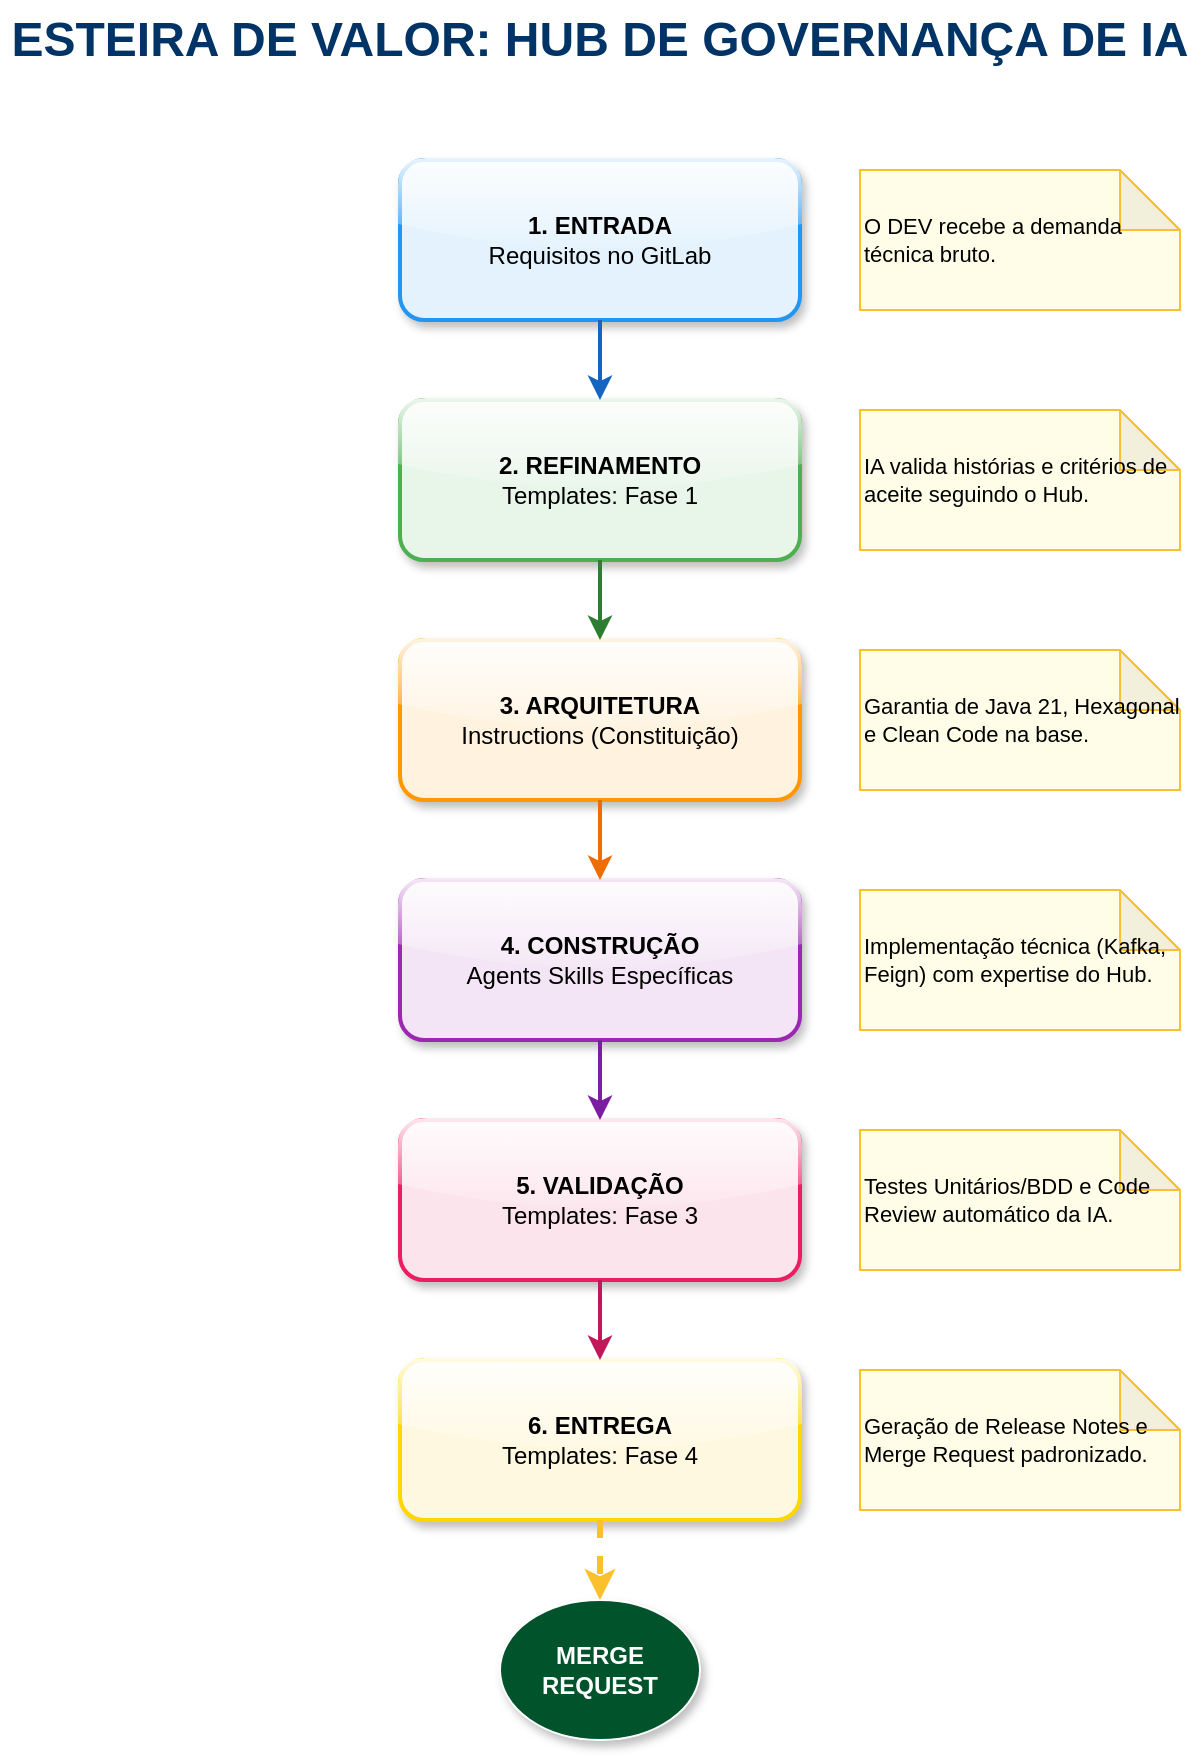
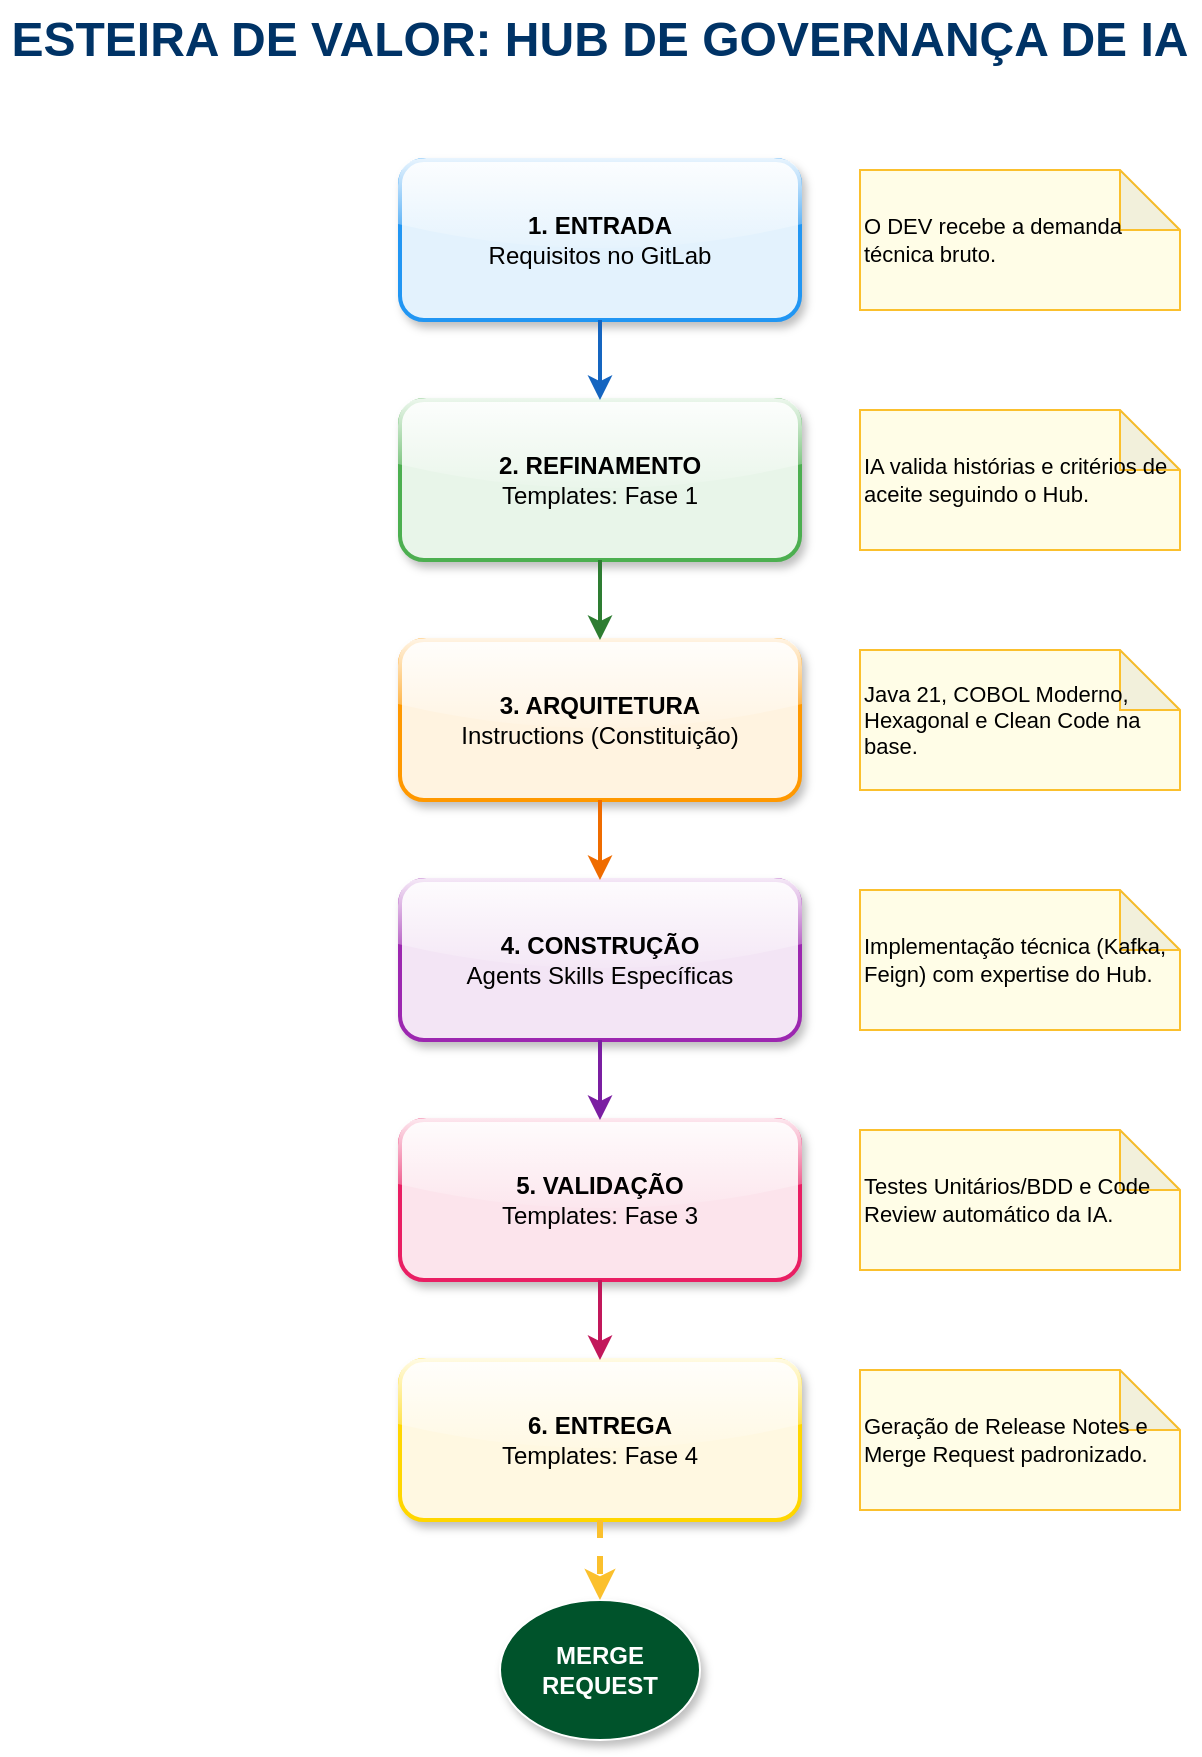
<mxfile host="Electron" version="21.6.8" type="device">
  <diagram id="fluxo-premium" name="Esteira de Valor Hub IA">
    <mxGraphModel dx="1422" dy="794" grid="1" gridSize="10" guides="1" tooltips="1" connect="1" arrows="1" fold="1" page="1" pageScale="1" pageWidth="827" pageHeight="1169" math="0" shadow="0">
      <root>
        <mxCell id="0" />
        <mxCell id="1" parent="0" />

        <!-- Título -->
        <mxCell id="title" value="ESTEIRA DE VALOR: HUB DE GOVERNANÇA DE IA" style="text;html=1;strokeColor=none;fillColor=none;align=center;verticalAlign=middle;whiteSpace=wrap;rounded=0;fontSize=24;fontStyle=1;fontColor=#003366;" vertex="1" parent="1">
          <mxGeometry x="110" y="20" width="600" height="40" as="geometry" />
        </mxCell>

        <!-- Passo 1 -->
        <mxCell id="step1" value="&lt;b&gt;1. ENTRADA&lt;/b&gt;&lt;br&gt;Requisitos no GitLab" style="rounded=1;whiteSpace=wrap;html=1;fillColor=#E3F2FD;strokeColor=#2196F3;strokeWidth=2;shadow=1;glass=1;" vertex="1" parent="1">
          <mxGeometry x="310" y="100" width="200" height="80" as="geometry" />
        </mxCell>
        <mxCell id="callout1" value="O DEV recebe a demanda técnica bruto." style="shape=note;whiteSpace=wrap;html=1;backgroundOutline=1;darkOpacity=0.05;fillColor=#FFFDE7;strokeColor=#FBC02D;fontSize=11;align=left;" vertex="1" parent="1">
          <mxGeometry x="540" y="105" width="160" height="70" as="geometry" />
        </mxCell>

        <!-- Passo 2 -->
        <mxCell id="step2" value="&lt;b&gt;2. REFINAMENTO&lt;/b&gt;&lt;br&gt;Templates: Fase 1" style="rounded=1;whiteSpace=wrap;html=1;fillColor=#E8F5E9;strokeColor=#4CAF50;strokeWidth=2;shadow=1;glass=1;" vertex="1" parent="1">
          <mxGeometry x="310" y="220" width="200" height="80" as="geometry" />
        </mxCell>
        <mxCell id="callout2" value="IA valida histórias e critérios de aceite seguindo o Hub." style="shape=note;whiteSpace=wrap;html=1;backgroundOutline=1;darkOpacity=0.05;fillColor=#FFFDE7;strokeColor=#FBC02D;fontSize=11;align=left;" vertex="1" parent="1">
          <mxGeometry x="540" y="225" width="160" height="70" as="geometry" />
        </mxCell>
        <mxCell id="arrow1" edge="1" parent="1" source="step1" target="step2" style="edgeStyle=orthogonalEdgeStyle;rounded=1;orthogonalLoop=1;jettySize=auto;html=1;strokeWidth=2;strokeColor=#1565C0;">
          <mxGeometry relative="1" as="geometry" />
        </mxCell>

        <!-- Passo 3 -->
        <mxCell id="step3" value="&lt;b&gt;3. ARQUITETURA&lt;/b&gt;&lt;br&gt;Instructions (Constituição)" style="rounded=1;whiteSpace=wrap;html=1;fillColor=#FFF3E0;strokeColor=#FF9800;strokeWidth=2;shadow=1;glass=1;" vertex="1" parent="1">
          <mxGeometry x="310" y="340" width="200" height="80" as="geometry" />
        </mxCell>
-         <mxCell id="callout3" value="Garantia de Java 21, Hexagonal e Clean Code na base." style="shape=note;whiteSpace=wrap;html=1;backgroundOutline=1;darkOpacity=0.05;fillColor=#FFFDE7;strokeColor=#FBC02D;fontSize=11;align=left;" vertex="1" parent="1">
+         <mxCell id="callout3" value="Java 21, COBOL Moderno, Hexagonal e Clean Code na base." style="shape=note;whiteSpace=wrap;html=1;backgroundOutline=1;darkOpacity=0.05;fillColor=#FFFDE7;strokeColor=#FBC02D;fontSize=11;align=left;" vertex="1" parent="1">
          <mxGeometry x="540" y="345" width="160" height="70" as="geometry" />
        </mxCell>
        <mxCell id="arrow2" edge="1" parent="1" source="step2" target="step3" style="edgeStyle=orthogonalEdgeStyle;rounded=1;orthogonalLoop=1;jettySize=auto;html=1;strokeWidth=2;strokeColor=#2E7D32;">
          <mxGeometry relative="1" as="geometry" />
        </mxCell>

        <!-- Passo 4 -->
        <mxCell id="step4" value="&lt;b&gt;4. CONSTRUÇÃO&lt;/b&gt;&lt;br&gt;Agents Skills Específicas" style="rounded=1;whiteSpace=wrap;html=1;fillColor=#F3E5F5;strokeColor=#9C27B0;strokeWidth=2;shadow=1;glass=1;" vertex="1" parent="1">
          <mxGeometry x="310" y="460" width="200" height="80" as="geometry" />
        </mxCell>
        <mxCell id="callout4" value="Implementação técnica (Kafka, Feign) com expertise do Hub." style="shape=note;whiteSpace=wrap;html=1;backgroundOutline=1;darkOpacity=0.05;fillColor=#FFFDE7;strokeColor=#FBC02D;fontSize=11;align=left;" vertex="1" parent="1">
          <mxGeometry x="540" y="465" width="160" height="70" as="geometry" />
        </mxCell>
        <mxCell id="arrow3" edge="1" parent="1" source="step3" target="step4" style="edgeStyle=orthogonalEdgeStyle;rounded=1;orthogonalLoop=1;jettySize=auto;html=1;strokeWidth=2;strokeColor=#EF6C00;">
          <mxGeometry relative="1" as="geometry" />
        </mxCell>

        <!-- Passo 5 -->
        <mxCell id="step5" value="&lt;b&gt;5. VALIDAÇÃO&lt;/b&gt;&lt;br&gt;Templates: Fase 3" style="rounded=1;whiteSpace=wrap;html=1;fillColor=#FCE4EC;strokeColor=#E91E63;strokeWidth=2;shadow=1;glass=1;" vertex="1" parent="1">
          <mxGeometry x="310" y="580" width="200" height="80" as="geometry" />
        </mxCell>
        <mxCell id="callout5" value="Testes Unitários/BDD e Code Review automático da IA." style="shape=note;whiteSpace=wrap;html=1;backgroundOutline=1;darkOpacity=0.05;fillColor=#FFFDE7;strokeColor=#FBC02D;fontSize=11;align=left;" vertex="1" parent="1">
          <mxGeometry x="540" y="585" width="160" height="70" as="geometry" />
        </mxCell>
        <mxCell id="arrow4" edge="1" parent="1" source="step4" target="step5" style="edgeStyle=orthogonalEdgeStyle;rounded=1;orthogonalLoop=1;jettySize=auto;html=1;strokeWidth=2;strokeColor=#7B1FA2;">
          <mxGeometry relative="1" as="geometry" />
        </mxCell>

        <!-- Passo 6 -->
        <mxCell id="step6" value="&lt;b&gt;6. ENTREGA&lt;/b&gt;&lt;br&gt;Templates: Fase 4" style="rounded=1;whiteSpace=wrap;html=1;fillColor=#FFF8E1;strokeColor=#FFD600;strokeWidth=2;shadow=1;glass=1;" vertex="1" parent="1">
          <mxGeometry x="310" y="700" width="200" height="80" as="geometry" />
        </mxCell>
        <mxCell id="callout6" value="Geração de Release Notes e Merge Request padronizado." style="shape=note;whiteSpace=wrap;html=1;backgroundOutline=1;darkOpacity=0.05;fillColor=#FFFDE7;strokeColor=#FBC02D;fontSize=11;align=left;" vertex="1" parent="1">
          <mxGeometry x="540" y="705" width="160" height="70" as="geometry" />
        </mxCell>
        <mxCell id="arrow5" edge="1" parent="1" source="step5" target="step6" style="edgeStyle=orthogonalEdgeStyle;rounded=1;orthogonalLoop=1;jettySize=auto;html=1;strokeWidth=2;strokeColor=#C2185B;">
          <mxGeometry relative="1" as="geometry" />
        </mxCell>

        <!-- FIM -->
        <mxCell id="end" value="MERGE&lt;br&gt;REQUEST" style="ellipse;whiteSpace=wrap;html=1;fillColor=#00532B;strokeColor=#FFFFFF;fontColor=#FFFFFF;fontStyle=1;shadow=1;" vertex="1" parent="1">
          <mxGeometry x="360" y="820" width="100" height="70" as="geometry" />
        </mxCell>
        <mxCell id="arrow6" edge="1" parent="1" source="step6" target="end" style="edgeStyle=orthogonalEdgeStyle;rounded=1;orthogonalLoop=1;jettySize=auto;html=1;strokeWidth=3;strokeColor=#FBC02D;dashed=1;">
          <mxGeometry relative="1" as="geometry" />
        </mxCell>

      </root>
    </mxGraphModel>
  </diagram>
</mxfile>
